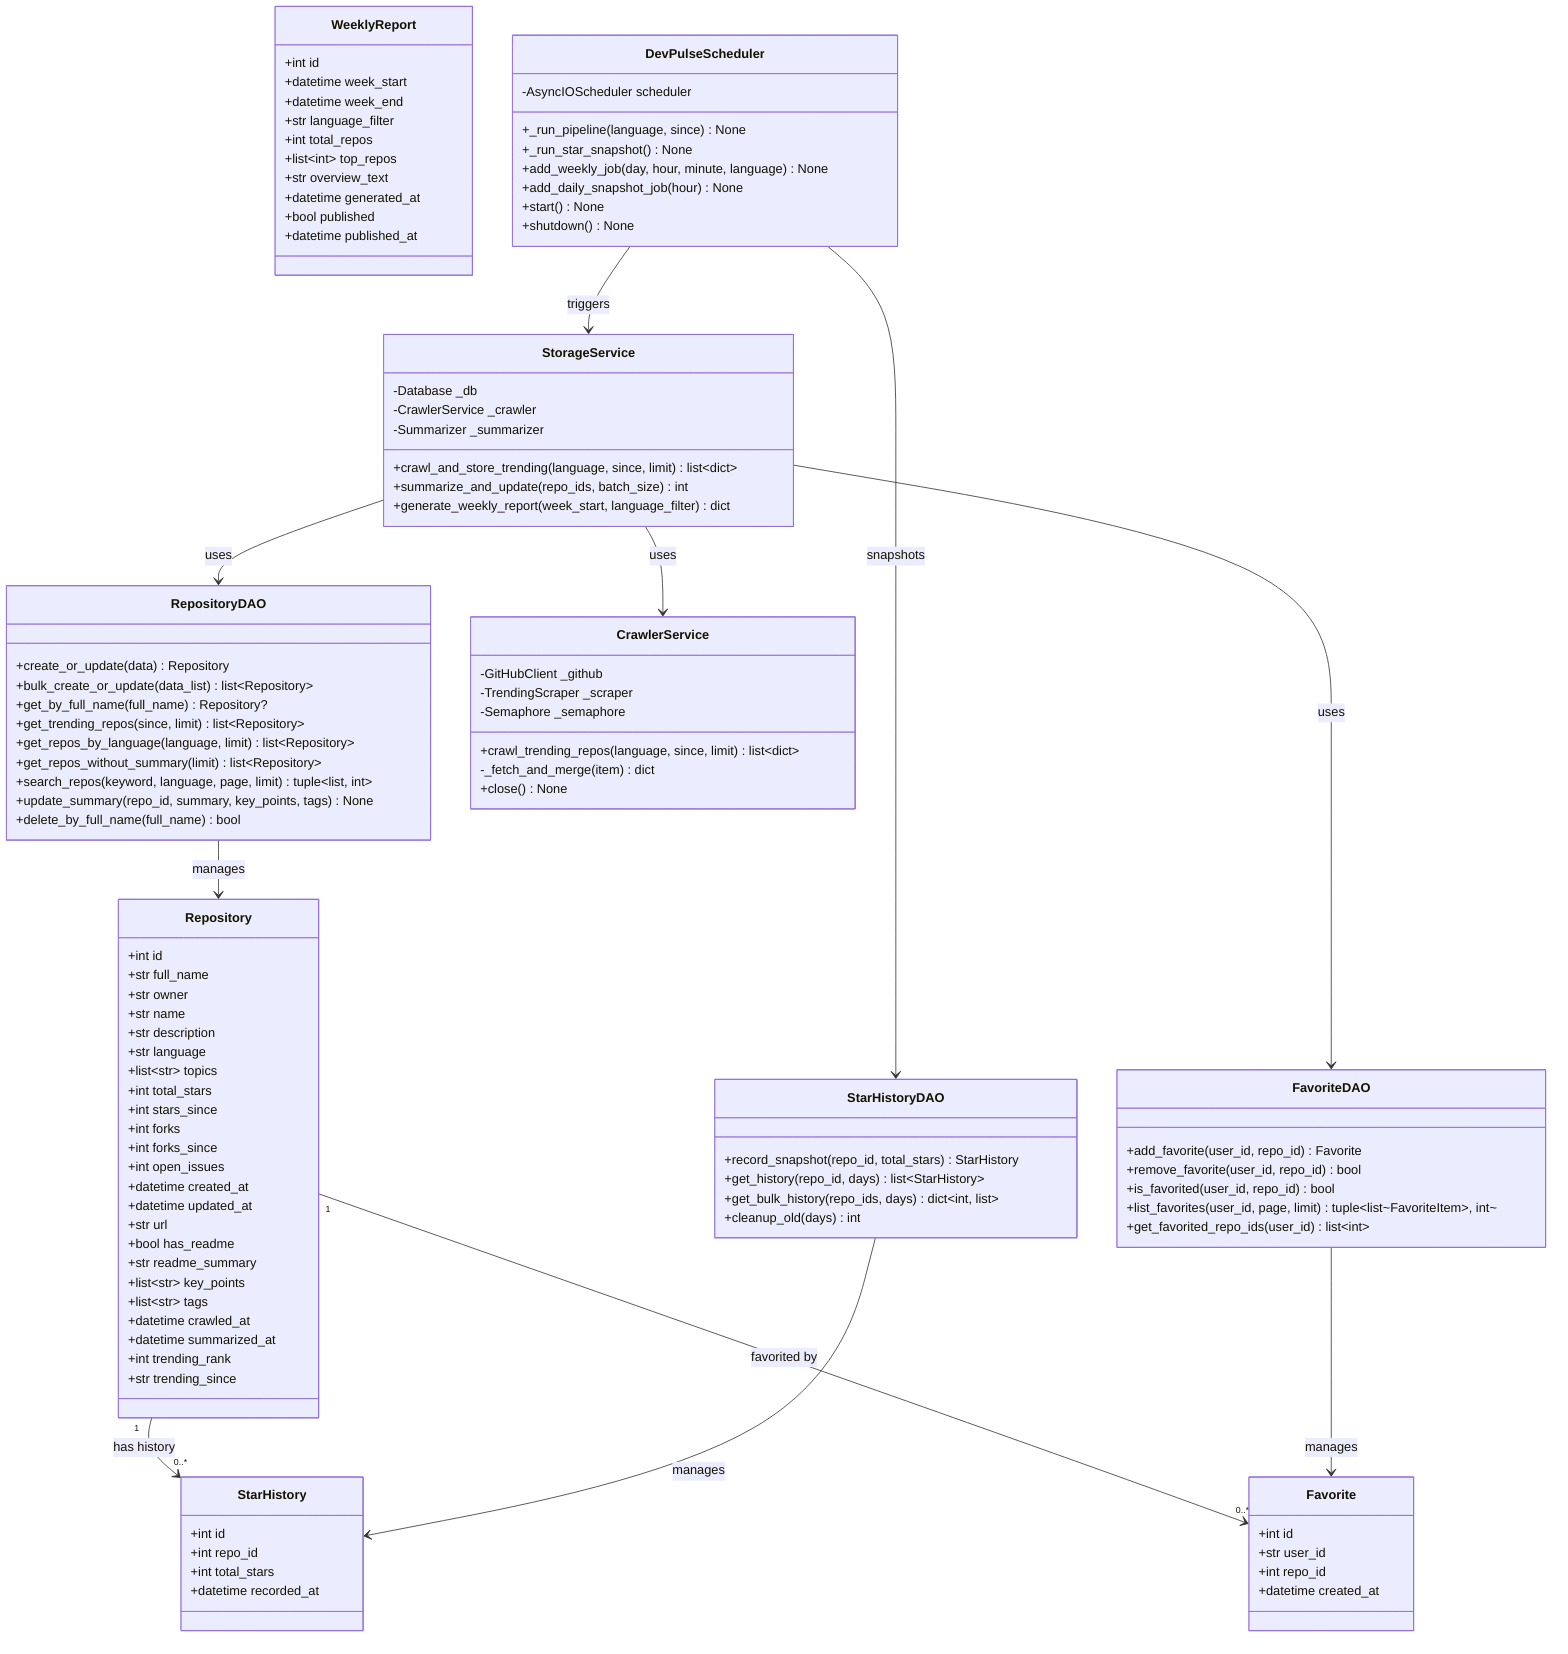
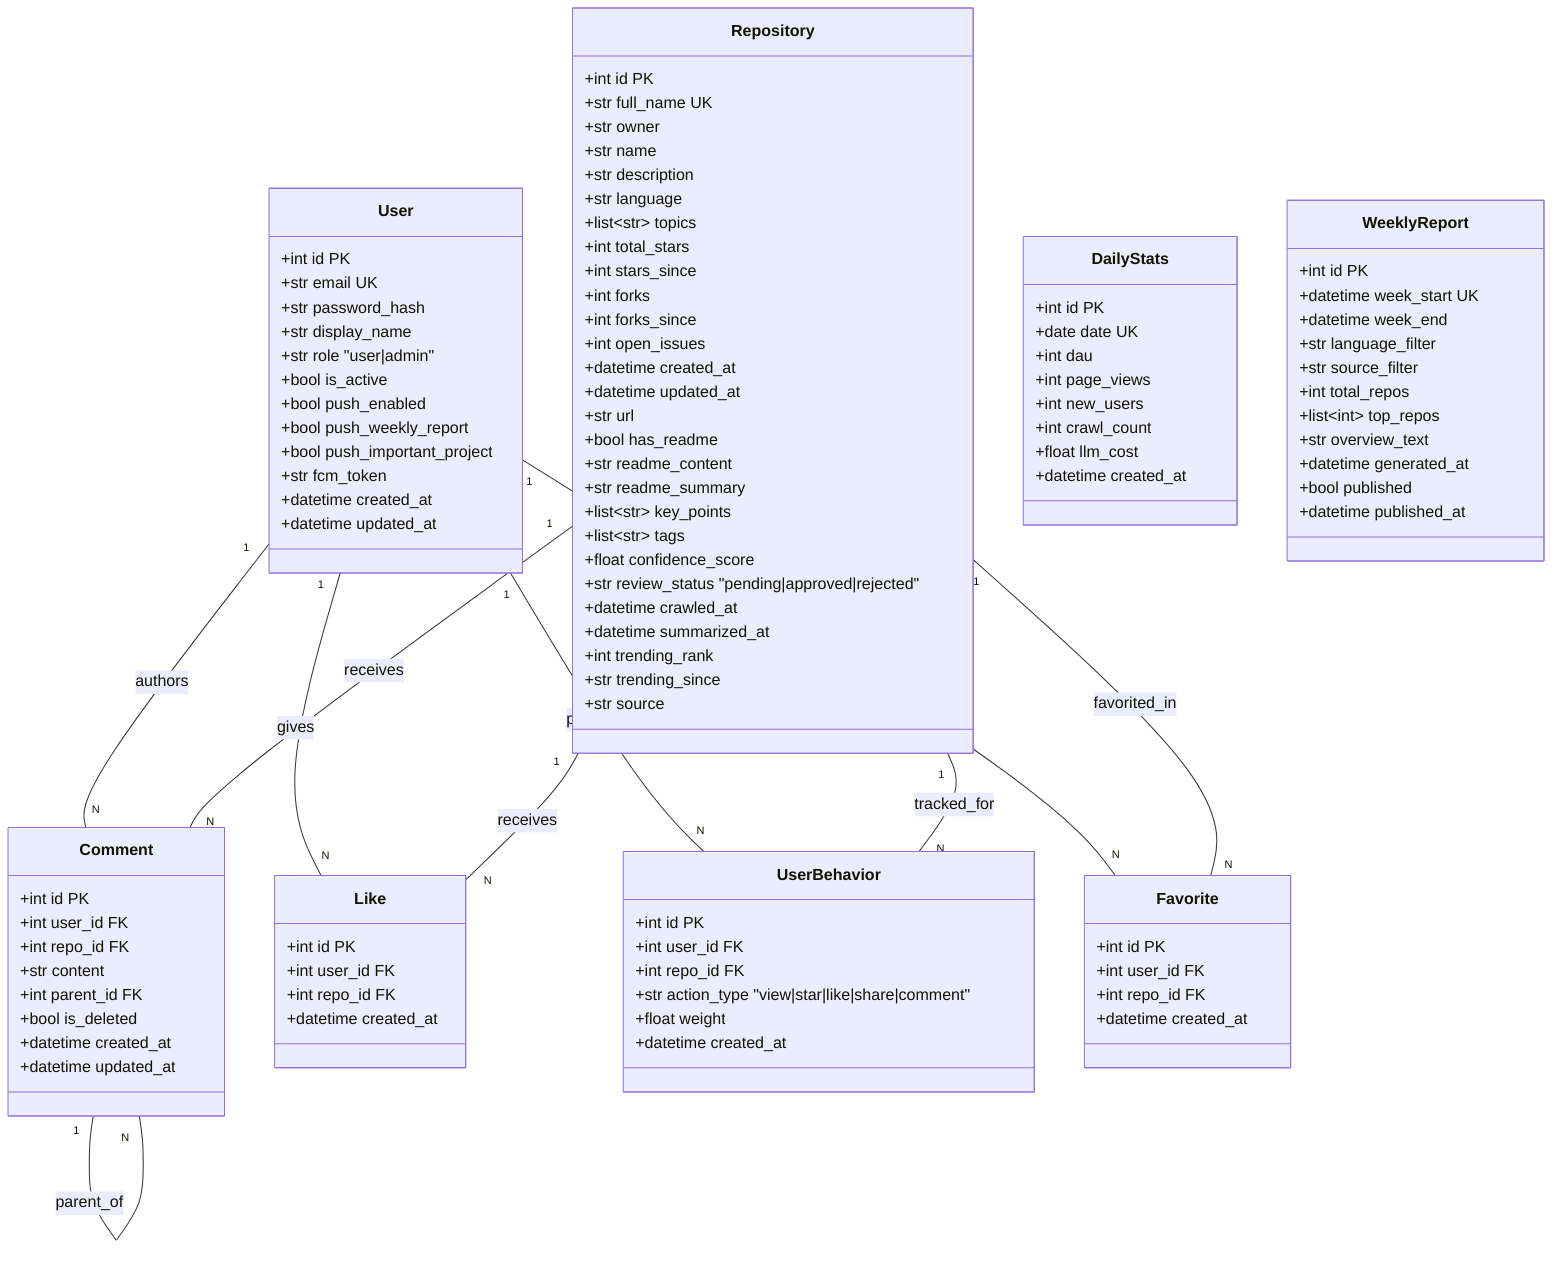
classDiagram
    direction TB

+     class User {
+         +int id PK
+         +str email UK
+         +str password_hash
+         +str display_name
+         +str role "user|admin"
+         +bool is_active
+         +bool push_enabled
+         +bool push_weekly_report
+         +bool push_important_project
+         +str fcm_token
+         +datetime created_at
+         +datetime updated_at
+     }
+ 
    class Repository {
-         +int id
-         +str full_name
+         +int id PK
+         +str full_name UK
        +str owner
        +str name
        +str description
        +str language
        +list~str~ topics
        +int total_stars
        +int stars_since
        +int forks
        +int forks_since
        +int open_issues
        +datetime created_at
        +datetime updated_at
        +str url
        +bool has_readme
+         +str readme_content
        +str readme_summary
        +list~str~ key_points
        +list~str~ tags
+         +float confidence_score
+         +str review_status "pending|approved|rejected"
        +datetime crawled_at
        +datetime summarized_at
        +int trending_rank
        +str trending_since
+         +str source
+     }
+ 
+     class Comment {
+         +int id PK
+         +int user_id FK
+         +int repo_id FK
+         +str content
+         +int parent_id FK
+         +bool is_deleted
+         +datetime created_at
+         +datetime updated_at
+     }
+ 
+     class Like {
+         +int id PK
+         +int user_id FK
+         +int repo_id FK
+         +datetime created_at
+     }
+ 
+     class UserBehavior {
+         +int id PK
+         +int user_id FK
+         +int repo_id FK
+         +str action_type "view|star|like|share|comment"
+         +float weight
+         +datetime created_at
+     }
+ 
+     class Favorite {
+         +int id PK
+         +int user_id FK
+         +int repo_id FK
+         +datetime created_at
+     }
+ 
+     class DailyStats {
+         +int id PK
+         +date date UK
+         +int dau
+         +int page_views
+         +int new_users
+         +int crawl_count
+         +float llm_cost
+         +datetime created_at
    }

    class WeeklyReport {
-         +int id
-         +datetime week_start
+         +int id PK
+         +datetime week_start UK
        +datetime week_end
        +str language_filter
+         +str source_filter
        +int total_repos
        +list~int~ top_repos
        +str overview_text
        +datetime generated_at
        +bool published
        +datetime published_at
    }

-     class Favorite {
-         +int id
-         +str user_id
-         +int repo_id
-         +datetime created_at
-     }
- 
-     class StarHistory {
-         +int id
-         +int repo_id
-         +int total_stars
-         +datetime recorded_at
-     }
- 
-     class RepositoryDAO {
-         +create_or_update(data) Repository
-         +bulk_create_or_update(data_list) list~Repository~
-         +get_by_full_name(full_name) Repository?
-         +get_trending_repos(since, limit) list~Repository~
-         +get_repos_by_language(language, limit) list~Repository~
-         +get_repos_without_summary(limit) list~Repository~
-         +search_repos(keyword, language, page, limit) tuple~list, int~
-         +update_summary(repo_id, summary, key_points, tags) None
-         +delete_by_full_name(full_name) bool
-     }
- 
-     class FavoriteDAO {
-         +add_favorite(user_id, repo_id) Favorite
-         +remove_favorite(user_id, repo_id) bool
-         +is_favorited(user_id, repo_id) bool
-         +list_favorites(user_id, page, limit) tuple~list~FavoriteItem~, int~
-         +get_favorited_repo_ids(user_id) list~int~
-     }
- 
-     class StarHistoryDAO {
-         +record_snapshot(repo_id, total_stars) StarHistory
-         +get_history(repo_id, days) list~StarHistory~
-         +get_bulk_history(repo_ids, days) dict~int, list~
-         +cleanup_old(days) int
-     }
- 
-     class CrawlerService {
-         -GitHubClient _github
-         -TrendingScraper _scraper
-         -Semaphore _semaphore
-         +crawl_trending_repos(language, since, limit) list~dict~
-         -_fetch_and_merge(item) dict
-         +close() None
-     }
- 
-     class StorageService {
-         -Database _db
-         -CrawlerService _crawler
-         -Summarizer _summarizer
-         +crawl_and_store_trending(language, since, limit) list~dict~
-         +summarize_and_update(repo_ids, batch_size) int
-         +generate_weekly_report(week_start, language_filter) dict
-     }
- 
-     class DevPulseScheduler {
-         -AsyncIOScheduler scheduler
-         +_run_pipeline(language, since) None
-         +_run_star_snapshot() None
-         +add_weekly_job(day, hour, minute, language) None
-         +add_daily_snapshot_job(hour) None
-         +start() None
-         +shutdown() None
-     }
- 
-     Repository "1" --> "0..*" StarHistory : has history
-     Repository "1" --> "0..*" Favorite : favorited by
-     RepositoryDAO --> Repository : manages
-     FavoriteDAO --> Favorite : manages
-     StarHistoryDAO --> StarHistory : manages
-     StorageService --> CrawlerService : uses
-     StorageService --> RepositoryDAO : uses
-     StorageService --> FavoriteDAO : uses
-     DevPulseScheduler --> StorageService : triggers
-     DevPulseScheduler --> StarHistoryDAO : snapshots
+     User "1" -- "N" Comment : authors
+     User "1" -- "N" Like : gives
+     User "1" -- "N" UserBehavior : performs
+     User "1" -- "N" Favorite : creates
+     Repository "1" -- "N" Comment : receives
+     Repository "1" -- "N" Like : receives
+     Repository "1" -- "N" UserBehavior : tracked_for
+     Repository "1" -- "N" Favorite : favorited_in
+     Comment "1" -- "N" Comment : parent_of
